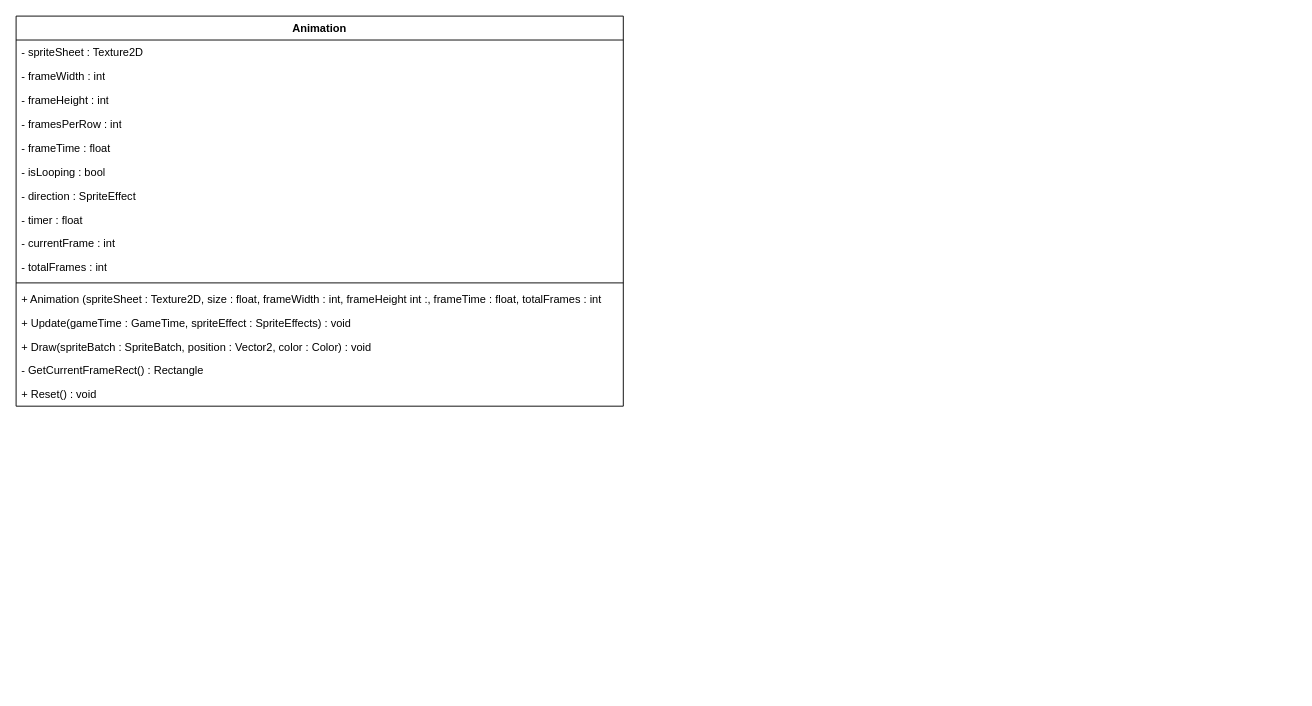
This is doc/BossRushDiagram.drawio from Cat-du-Fromage/BossRush, a draw.io file, before an edit. Source tidied: cells renumbered, new cells numbered last; positions are measured from the earlier drawing's top-left corner, leaving out a move shared by most shapes. Both pictures are drawn from the tidied source at 92%, with x=0, y=0 at pixel (16, 16).
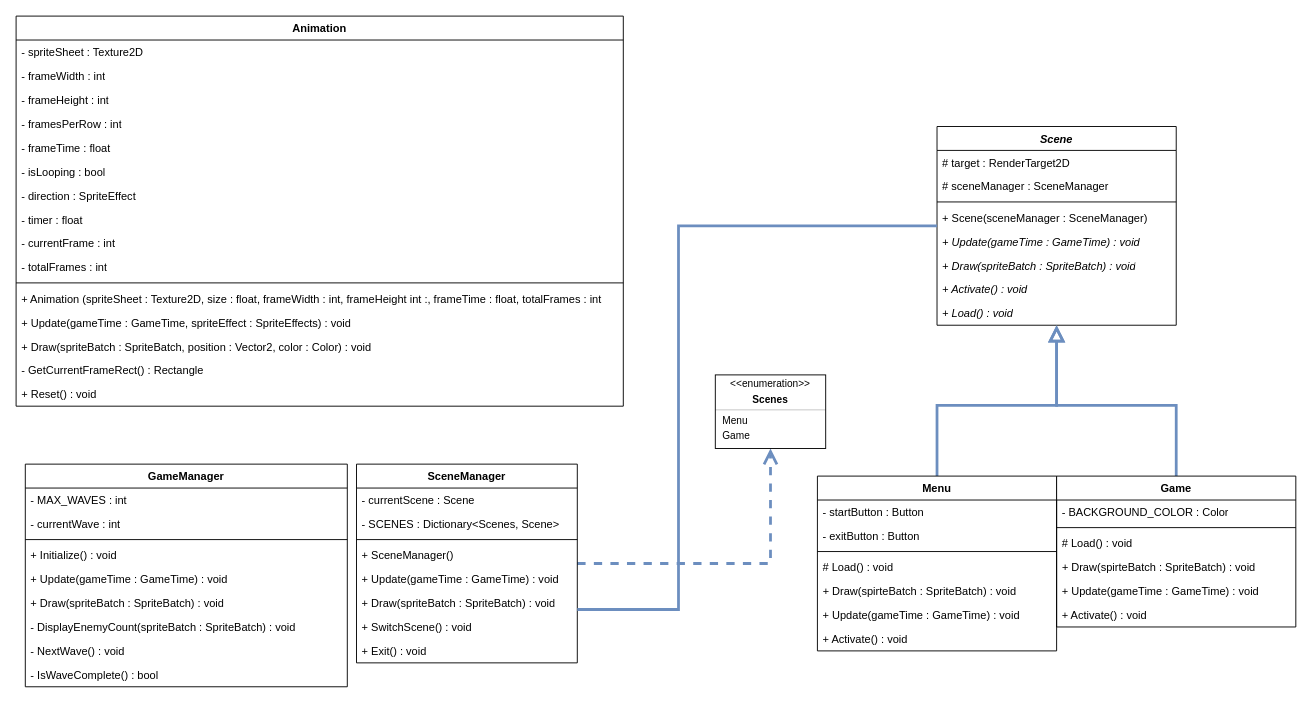
The same diagram, later.

Commit message (it also covers changes not shown here):
add comments and update UML

The edit, as a diff of the source:
```diff
@@
+    <mxCell id="19" style="edgeStyle=orthogonalEdgeStyle;shape=connector;rounded=0;jettySize=auto;html=1;strokeColor=#6c8ebf;strokeWidth=3;align=center;verticalAlign=middle;fontFamily=Helvetica;fontSize=11;fontColor=default;labelBackgroundColor=default;startFill=0;startSize=11;endArrow=open;endFill=0;endSize=11;fillColor=#dae8fc;dashed=1;entryX=0.5;entryY=1;entryDx=0;entryDy=0;" parent="1" edge="1" source="20" target="45">
+      <mxGeometry relative="1" as="geometry" />
+    </mxCell>
+    <mxCell id="20" value="SceneManager" style="swimlane;fontStyle=1;align=center;verticalAlign=top;horizontal=1;startSize=26;whiteSpace=wrap;html=1;" parent="1" vertex="1">
+      <mxGeometry x="370" y="487" width="240" height="216" as="geometry" />
+    </mxCell>
+    <mxCell id="21" value="- currentScene : Scene" style="text;strokeColor=none;fillColor=none;align=left;verticalAlign=top;spacingLeft=4;spacingRight=4;overflow=hidden;whiteSpace=wrap;html=1;" parent="20" vertex="1">
+      <mxGeometry y="26" width="240" height="26" as="geometry" />
+    </mxCell>
+    <mxCell id="22" value="- SCENES : Dictionary&amp;lt;Scenes, Scene&amp;gt;" style="text;strokeColor=none;fillColor=none;align=left;verticalAlign=top;spacingLeft=4;spacingRight=4;overflow=hidden;whiteSpace=wrap;html=1;" parent="20" vertex="1">
+      <mxGeometry y="52" width="240" height="26" as="geometry" />
+    </mxCell>
+    <mxCell id="23" style="line;strokeWidth=1;fillColor=none;align=left;verticalAlign=middle;spacingTop=-1;spacingLeft=3;spacingRight=3;labelPosition=right;strokeColor=inherit;" parent="20" vertex="1">
+      <mxGeometry y="78" width="240" height="8" as="geometry" />
+    </mxCell>
+    <mxCell id="24" value="+ SceneManager()" style="text;strokeColor=none;fillColor=none;align=left;verticalAlign=top;spacingLeft=4;spacingRight=4;overflow=hidden;whiteSpace=wrap;html=1;" parent="20" vertex="1">
+      <mxGeometry y="86" width="240" height="26" as="geometry" />
+    </mxCell>
+    <mxCell id="25" value="+ Update(gameTime : GameTime) : void" style="text;strokeColor=none;fillColor=none;align=left;verticalAlign=top;spacingLeft=4;spacingRight=4;overflow=hidden;whiteSpace=wrap;html=1;" parent="20" vertex="1">
+      <mxGeometry y="112" width="240" height="26" as="geometry" />
+    </mxCell>
+    <mxCell id="26" value="+ Draw(spriteBatch : SpriteBatch) : void" style="text;strokeColor=none;fillColor=none;align=left;verticalAlign=top;spacingLeft=4;spacingRight=4;overflow=hidden;whiteSpace=wrap;html=1;" parent="20" vertex="1">
+      <mxGeometry y="138" width="240" height="26" as="geometry" />
+    </mxCell>
+    <mxCell id="27" value="+ SwitchScene() : void" style="text;strokeColor=none;fillColor=none;align=left;verticalAlign=top;spacingLeft=4;spacingRight=4;overflow=hidden;whiteSpace=wrap;html=1;" parent="20" vertex="1">
+      <mxGeometry y="164" width="240" height="26" as="geometry" />
+    </mxCell>
+    <mxCell id="28" value="+ Exit() : void" style="text;strokeColor=none;fillColor=none;align=left;verticalAlign=top;spacingLeft=4;spacingRight=4;overflow=hidden;whiteSpace=wrap;html=1;" parent="20" vertex="1">
+      <mxGeometry y="190" width="240" height="26" as="geometry" />
+    </mxCell>
+    <mxCell id="29" value="&lt;i&gt;Scene&lt;/i&gt;" style="swimlane;fontStyle=1;align=center;verticalAlign=top;horizontal=1;startSize=26;whiteSpace=wrap;html=1;" parent="1" vertex="1">
+      <mxGeometry x="1001" y="120" width="260" height="216" as="geometry" />
+    </mxCell>
+    <mxCell id="30" value="# target : RenderTarget2D" style="text;strokeColor=none;fillColor=none;align=left;verticalAlign=top;spacingLeft=4;spacingRight=4;overflow=hidden;whiteSpace=wrap;html=1;" parent="29" vertex="1">
+      <mxGeometry y="26" width="260" height="26" as="geometry" />
+    </mxCell>
+    <mxCell id="31" value="# sceneManager : SceneManager" style="text;strokeColor=none;fillColor=none;align=left;verticalAlign=top;spacingLeft=4;spacingRight=4;overflow=hidden;whiteSpace=wrap;html=1;" parent="29" vertex="1">
+      <mxGeometry y="52" width="260" height="26" as="geometry" />
+    </mxCell>
+    <mxCell id="32" style="line;strokeWidth=1;fillColor=none;align=left;verticalAlign=middle;spacingTop=-1;spacingLeft=3;spacingRight=3;labelPosition=right;strokeColor=inherit;" parent="29" vertex="1">
+      <mxGeometry y="78" width="260" height="8" as="geometry" />
+    </mxCell>
+    <mxCell id="33" value="+ Scene(sceneManager : SceneManager)" style="text;strokeColor=none;fillColor=none;align=left;verticalAlign=top;spacingLeft=4;spacingRight=4;overflow=hidden;whiteSpace=wrap;html=1;" parent="29" vertex="1">
+      <mxGeometry y="86" width="260" height="26" as="geometry" />
+    </mxCell>
+    <mxCell id="34" value="&lt;i&gt;+ Update(gameTime : GameTime) : void&lt;/i&gt;" style="text;strokeColor=none;fillColor=none;align=left;verticalAlign=top;spacingLeft=4;spacingRight=4;overflow=hidden;whiteSpace=wrap;html=1;" parent="29" vertex="1">
+      <mxGeometry y="112" width="260" height="26" as="geometry" />
+    </mxCell>
+    <mxCell id="35" value="&lt;i&gt;+ Draw(spriteBatch : SpriteBatch) : void&lt;/i&gt;" style="text;strokeColor=none;fillColor=none;align=left;verticalAlign=top;spacingLeft=4;spacingRight=4;overflow=hidden;whiteSpace=wrap;html=1;" parent="29" vertex="1">
+      <mxGeometry y="138" width="260" height="26" as="geometry" />
+    </mxCell>
+    <mxCell id="36" value="&lt;i&gt;+ Activate() : void&lt;/i&gt;" style="text;strokeColor=none;fillColor=none;align=left;verticalAlign=top;spacingLeft=4;spacingRight=4;overflow=hidden;whiteSpace=wrap;html=1;" parent="29" vertex="1">
+      <mxGeometry y="164" width="260" height="26" as="geometry" />
+    </mxCell>
+    <mxCell id="37" value="&lt;i&gt;+ Load() : void&lt;/i&gt;" style="text;strokeColor=none;fillColor=none;align=left;verticalAlign=top;spacingLeft=4;spacingRight=4;overflow=hidden;whiteSpace=wrap;html=1;" parent="29" vertex="1">
+      <mxGeometry y="190" width="260" height="26" as="geometry" />
+    </mxCell>
+    <mxCell id="38" style="edgeStyle=orthogonalEdgeStyle;rounded=0;jettySize=auto;html=1;strokeWidth=3;endArrow=none;endFill=0;startSize=11;endSize=11;fillColor=#dae8fc;strokeColor=#6c8ebf;startFill=0;" parent="1" edge="1" source="20" target="29">
+      <mxGeometry relative="1" as="geometry">
+        <Array as="points">
+          <mxPoint x="720" y="645" />
+          <mxPoint x="720" y="228" />
+        </Array>
+      </mxGeometry>
+    </mxCell>
+    <mxCell id="39" style="fontStyle=1;align=center;verticalAlign=middle;horizontal=1;fontFamily=Helvetica;fontSize=11;fontColor=default;labelBackgroundColor=default;" parent="1" vertex="1">
+      <mxGeometry x="760" y="390" width="120" height="80" as="geometry" />
+    </mxCell>
+    <mxCell id="40" value="&amp;lt;&amp;lt;enumeration&amp;gt;&amp;gt;" style="html=1;align=center;spacing=0;verticalAlign=middle;strokeColor=none;fillColor=none;whiteSpace=wrap;fontFamily=Helvetica;fontSize=11;fontColor=default;labelBackgroundColor=default;" parent="39" vertex="1">
+      <mxGeometry width="120" height="20" as="geometry" />
+    </mxCell>
+    <mxCell id="41" value="Scenes" style="html=1;align=center;spacing=0;verticalAlign=middle;strokeColor=none;fillColor=none;whiteSpace=wrap;fontStyle=1;fontFamily=Helvetica;fontSize=11;fontColor=default;labelBackgroundColor=default;" parent="39" vertex="1">
+      <mxGeometry y="20" width="120" height="14" as="geometry" />
+    </mxCell>
+    <mxCell id="42" style="line;strokeWidth=0.25;fillColor=none;align=left;verticalAlign=middle;spacingTop=-1;spacingLeft=3;spacingRight=3;labelPosition=right;fontFamily=Helvetica;fontSize=11;fontColor=default;labelBackgroundColor=default;" parent="39" vertex="1">
+      <mxGeometry y="34" width="120" height="8" as="geometry" />
+    </mxCell>
+    <mxCell id="43" value="Menu" style="html=1;align=left;spacing=0;spacingLeft=8;verticalAlign=middle;strokeColor=none;fillColor=none;whiteSpace=wrap;fontFamily=Helvetica;fontSize=11;fontColor=default;labelBackgroundColor=default;" parent="39" vertex="1">
+      <mxGeometry y="42" width="120" height="16" as="geometry" />
+    </mxCell>
+    <mxCell id="44" value="Game" style="html=1;align=left;spacing=0;spacingLeft=8;verticalAlign=middle;strokeColor=none;fillColor=none;whiteSpace=wrap;fontFamily=Helvetica;fontSize=11;fontColor=default;labelBackgroundColor=default;" parent="39" vertex="1">
+      <mxGeometry y="58" width="120" height="16" as="geometry" />
+    </mxCell>
+    <mxCell id="45" style="html=1;align=left;spacing=0;spacingLeft=8;verticalAlign=middle;strokeColor=none;fillColor=none;whiteSpace=wrap;fontFamily=Helvetica;fontSize=11;fontColor=default;labelBackgroundColor=default;" parent="39" vertex="1">
+      <mxGeometry y="74" width="120" height="6" as="geometry" />
+    </mxCell>
+    <mxCell id="46" style="edgeStyle=orthogonalEdgeStyle;shape=connector;rounded=0;jettySize=auto;html=1;exitX=0.5;exitY=0;exitDx=0;exitDy=0;strokeColor=#6c8ebf;strokeWidth=3;align=center;verticalAlign=middle;fontFamily=Helvetica;fontSize=11;fontColor=default;labelBackgroundColor=default;startSize=11;endArrow=block;endFill=0;endSize=11;fillColor=#dae8fc;" parent="1" edge="1" source="47" target="29">
+      <mxGeometry relative="1" as="geometry" />
+    </mxCell>
+    <mxCell id="47" value="Menu" style="swimlane;fontStyle=1;align=center;verticalAlign=top;horizontal=1;startSize=26;whiteSpace=wrap;html=1;" parent="1" vertex="1">
+      <mxGeometry x="871" y="500" width="260" height="190" as="geometry" />
+    </mxCell>
+    <mxCell id="48" value="- startButton : Button" style="text;strokeColor=none;fillColor=none;align=left;verticalAlign=top;spacingLeft=4;spacingRight=4;overflow=hidden;whiteSpace=wrap;html=1;" parent="47" vertex="1">
+      <mxGeometry y="26" width="260" height="26" as="geometry" />
+    </mxCell>
+    <mxCell id="49" value="- exitButton : Button" style="text;strokeColor=none;fillColor=none;align=left;verticalAlign=top;spacingLeft=4;spacingRight=4;overflow=hidden;whiteSpace=wrap;html=1;" parent="47" vertex="1">
+      <mxGeometry y="52" width="260" height="26" as="geometry" />
+    </mxCell>
+    <mxCell id="50" style="line;strokeWidth=1;fillColor=none;align=left;verticalAlign=middle;spacingTop=-1;spacingLeft=3;spacingRight=3;labelPosition=right;strokeColor=inherit;" parent="47" vertex="1">
+      <mxGeometry y="78" width="260" height="8" as="geometry" />
+    </mxCell>
+    <mxCell id="51" value="# Load() : void" style="text;strokeColor=none;fillColor=none;align=left;verticalAlign=top;spacingLeft=4;spacingRight=4;overflow=hidden;whiteSpace=wrap;html=1;" parent="47" vertex="1">
+      <mxGeometry y="86" width="260" height="26" as="geometry" />
+    </mxCell>
+    <mxCell id="52" value="&lt;i&gt;+ &lt;/i&gt;Draw(spirteBatch : SpriteBatch) : void&amp;nbsp;" style="text;strokeColor=none;fillColor=none;align=left;verticalAlign=top;spacingLeft=4;spacingRight=4;overflow=hidden;whiteSpace=wrap;html=1;" parent="47" vertex="1">
+      <mxGeometry y="112" width="260" height="26" as="geometry" />
+    </mxCell>
+    <mxCell id="53" value="+ Update(gameTime : GameTime) : void" style="text;strokeColor=none;fillColor=none;align=left;verticalAlign=top;spacingLeft=4;spacingRight=4;overflow=hidden;whiteSpace=wrap;html=1;" parent="47" vertex="1">
+      <mxGeometry y="138" width="260" height="26" as="geometry" />
+    </mxCell>
+    <mxCell id="54" value="+ Activate() : void" style="text;strokeColor=none;fillColor=none;align=left;verticalAlign=top;spacingLeft=4;spacingRight=4;overflow=hidden;whiteSpace=wrap;html=1;" parent="47" vertex="1">
+      <mxGeometry y="164" width="260" height="26" as="geometry" />
+    </mxCell>
+    <mxCell id="55" style="edgeStyle=orthogonalEdgeStyle;shape=connector;rounded=0;jettySize=auto;html=1;exitX=0.5;exitY=0;exitDx=0;exitDy=0;strokeColor=#6c8ebf;strokeWidth=3;align=center;verticalAlign=middle;fontFamily=Helvetica;fontSize=11;fontColor=default;labelBackgroundColor=default;startSize=11;endArrow=block;endFill=0;endSize=11;fillColor=#dae8fc;" parent="1" edge="1" source="56" target="29">
+      <mxGeometry relative="1" as="geometry" />
+    </mxCell>
+    <mxCell id="56" value="Game" style="swimlane;fontStyle=1;align=center;verticalAlign=top;horizontal=1;startSize=26;whiteSpace=wrap;html=1;" parent="1" vertex="1">
+      <mxGeometry x="1131" y="500" width="260" height="164" as="geometry" />
+    </mxCell>
+    <mxCell id="57" value="- BACKGROUND_COLOR : Color" style="text;strokeColor=none;fillColor=none;align=left;verticalAlign=top;spacingLeft=4;spacingRight=4;overflow=hidden;whiteSpace=wrap;html=1;" parent="56" vertex="1">
+      <mxGeometry y="26" width="260" height="26" as="geometry" />
+    </mxCell>
+    <mxCell id="58" style="line;strokeWidth=1;fillColor=none;align=left;verticalAlign=middle;spacingTop=-1;spacingLeft=3;spacingRight=3;labelPosition=right;strokeColor=inherit;" parent="56" vertex="1">
+      <mxGeometry y="52" width="260" height="8" as="geometry" />
+    </mxCell>
+    <mxCell id="59" value="# Load() : void" style="text;strokeColor=none;fillColor=none;align=left;verticalAlign=top;spacingLeft=4;spacingRight=4;overflow=hidden;whiteSpace=wrap;html=1;" parent="56" vertex="1">
+      <mxGeometry y="60" width="260" height="26" as="geometry" />
+    </mxCell>
+    <mxCell id="60" value="&lt;i&gt;+ &lt;/i&gt;Draw(spirteBatch : SpriteBatch) : void&amp;nbsp;" style="text;strokeColor=none;fillColor=none;align=left;verticalAlign=top;spacingLeft=4;spacingRight=4;overflow=hidden;whiteSpace=wrap;html=1;" parent="56" vertex="1">
+      <mxGeometry y="86" width="260" height="26" as="geometry" />
+    </mxCell>
+    <mxCell id="61" value="+ Update(gameTime : GameTime) : void" style="text;strokeColor=none;fillColor=none;align=left;verticalAlign=top;spacingLeft=4;spacingRight=4;overflow=hidden;whiteSpace=wrap;html=1;" parent="56" vertex="1">
+      <mxGeometry y="112" width="260" height="26" as="geometry" />
+    </mxCell>
+    <mxCell id="62" value="+ Activate() : void" style="text;strokeColor=none;fillColor=none;align=left;verticalAlign=top;spacingLeft=4;spacingRight=4;overflow=hidden;whiteSpace=wrap;html=1;" parent="56" vertex="1">
+      <mxGeometry y="138" width="260" height="26" as="geometry" />
+    </mxCell>
+    <mxCell id="63" value="GameManager" style="swimlane;fontStyle=1;align=center;verticalAlign=top;horizontal=1;startSize=26;whiteSpace=wrap;html=1;" parent="1" vertex="1">
+      <mxGeometry x="10" y="487" width="350" height="242" as="geometry" />
+    </mxCell>
+    <mxCell id="64" value="- MAX_WAVES : int" style="text;strokeColor=none;fillColor=none;align=left;verticalAlign=top;spacingLeft=4;spacingRight=4;overflow=hidden;whiteSpace=wrap;html=1;" parent="63" vertex="1">
+      <mxGeometry y="26" width="350" height="26" as="geometry" />
+    </mxCell>
+    <mxCell id="65" value="- currentWave : int" style="text;strokeColor=none;fillColor=none;align=left;verticalAlign=top;spacingLeft=4;spacingRight=4;overflow=hidden;whiteSpace=wrap;html=1;" parent="63" vertex="1">
+      <mxGeometry y="52" width="350" height="26" as="geometry" />
+    </mxCell>
+    <mxCell id="66" style="line;strokeWidth=1;fillColor=none;align=left;verticalAlign=middle;spacingTop=-1;spacingLeft=3;spacingRight=3;labelPosition=right;strokeColor=inherit;" parent="63" vertex="1">
+      <mxGeometry y="78" width="350" height="8" as="geometry" />
+    </mxCell>
+    <mxCell id="67" value="+ Initialize() : void" style="text;strokeColor=none;fillColor=none;align=left;verticalAlign=top;spacingLeft=4;spacingRight=4;overflow=hidden;whiteSpace=wrap;html=1;" parent="63" vertex="1">
+      <mxGeometry y="86" width="350" height="26" as="geometry" />
+    </mxCell>
+    <mxCell id="68" value="+ Update(gameTime : GameTime) : void" style="text;strokeColor=none;fillColor=none;align=left;verticalAlign=top;spacingLeft=4;spacingRight=4;overflow=hidden;whiteSpace=wrap;html=1;" parent="63" vertex="1">
+      <mxGeometry y="112" width="350" height="26" as="geometry" />
+    </mxCell>
+    <mxCell id="69" value="+ Draw(spriteBatch : SpriteBatch) : void" style="text;strokeColor=none;fillColor=none;align=left;verticalAlign=top;spacingLeft=4;spacingRight=4;overflow=hidden;whiteSpace=wrap;html=1;" parent="63" vertex="1">
+      <mxGeometry y="138" width="350" height="26" as="geometry" />
+    </mxCell>
+    <mxCell id="70" value="- DisplayEnemyCount(spriteBatch : SpriteBatch) : void" style="text;strokeColor=none;fillColor=none;align=left;verticalAlign=top;spacingLeft=4;spacingRight=4;overflow=hidden;whiteSpace=wrap;html=1;" parent="63" vertex="1">
+      <mxGeometry y="164" width="350" height="26" as="geometry" />
+    </mxCell>
+    <mxCell id="71" value="- NextWave() : void&amp;nbsp;" style="text;strokeColor=none;fillColor=none;align=left;verticalAlign=top;spacingLeft=4;spacingRight=4;overflow=hidden;whiteSpace=wrap;html=1;" parent="63" vertex="1">
+      <mxGeometry y="190" width="350" height="26" as="geometry" />
+    </mxCell>
+    <mxCell id="72" value="- IsWaveComplete() : bool" style="text;strokeColor=none;fillColor=none;align=left;verticalAlign=top;spacingLeft=4;spacingRight=4;overflow=hidden;whiteSpace=wrap;html=1;" parent="63" vertex="1">
+      <mxGeometry y="216" width="350" height="26" as="geometry" />
+    </mxCell>
```
